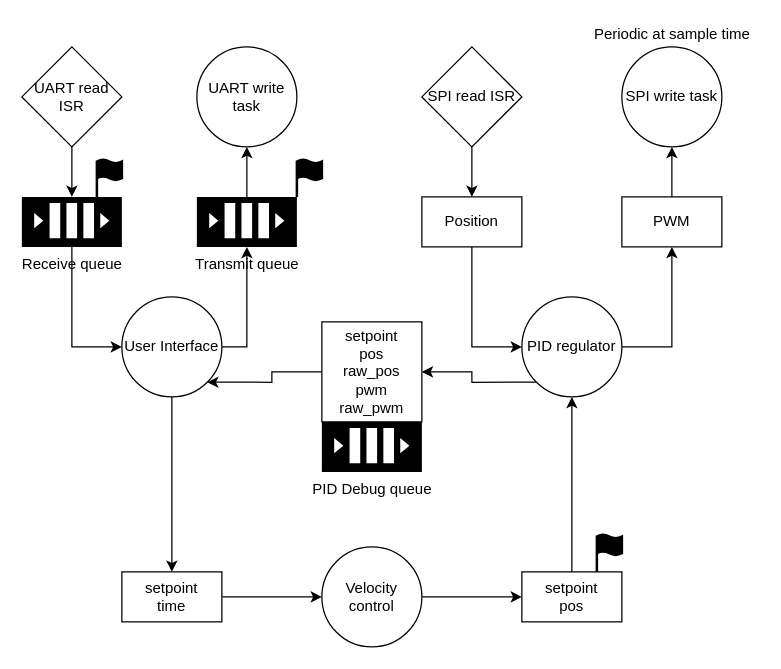
Before: tivataskdiagram.drawio in Megalegomand/RB4-PRO4-Pan-Tilt, a draw.io diagram. Source tidied: cells renumbered, new cells numbered last; positions are measured from the earlier drawing's top-left corner, leaving out a move shared by most shapes. Both pictures are drawn from the tidied source at 125%, with x=0, y=0 at pixel (21, 21).
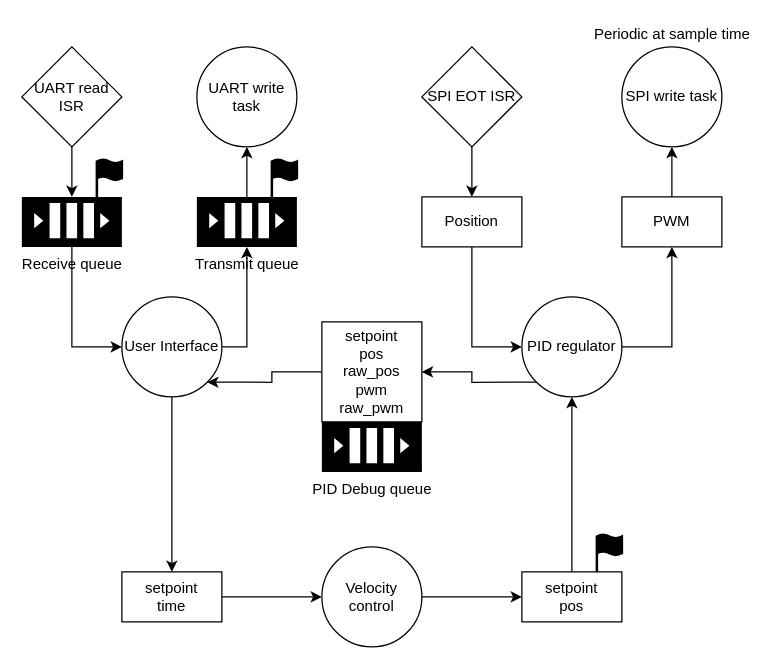
The same diagram, later.

The edit, as a diff of the source:
```diff
@@
     <mxCell id="7" style="html=1;verticalLabelPosition=bottom;align=center;labelBackgroundColor=#ffffff;verticalAlign=top;strokeWidth=2;shadow=0;dashed=0;shape=mxgraph.ios7.icons.flag;fillColor=#000000;" parent="1" vertex="1">
-      <mxGeometry x="220" y="110" width="20" height="30" as="geometry" />
+      <mxGeometry x="200" y="110" width="20" height="30" as="geometry" />
     </mxCell>
@@
-    <mxCell id="16" value="SPI read ISR" style="rhombus;whiteSpace=wrap;html=1;strokeColor=#000000;fillColor=#FFFFFF;" parent="1" vertex="1">
+    <mxCell id="16" value="SPI EOT ISR" style="rhombus;whiteSpace=wrap;html=1;strokeColor=#000000;fillColor=#FFFFFF;" parent="1" vertex="1">
       <mxGeometry x="320" y="20" width="80" height="80" as="geometry" />
     </mxCell>
```
